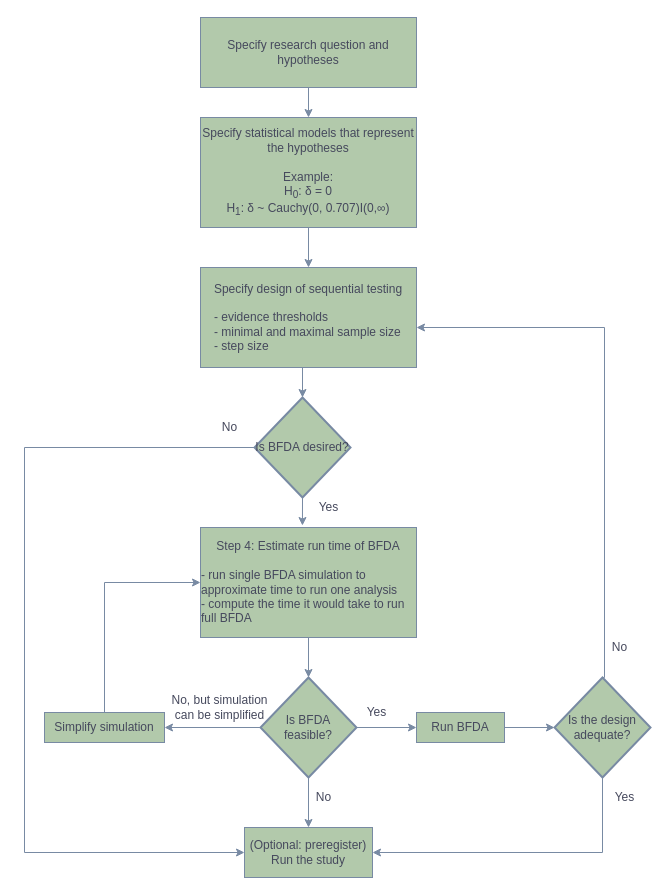
This is figures/planning-sequential-study.drawio from Kucharssim/infant-sequential-testing, a draw.io file, before an edit. Source tidied: cells renumbered, new cells numbered last; positions are measured from the earlier drawing's top-left corner, leaving out a move shared by most shapes. Both pictures are drawn from the tidied source at 100%, with x=0, y=0 at pixel (24, 17).
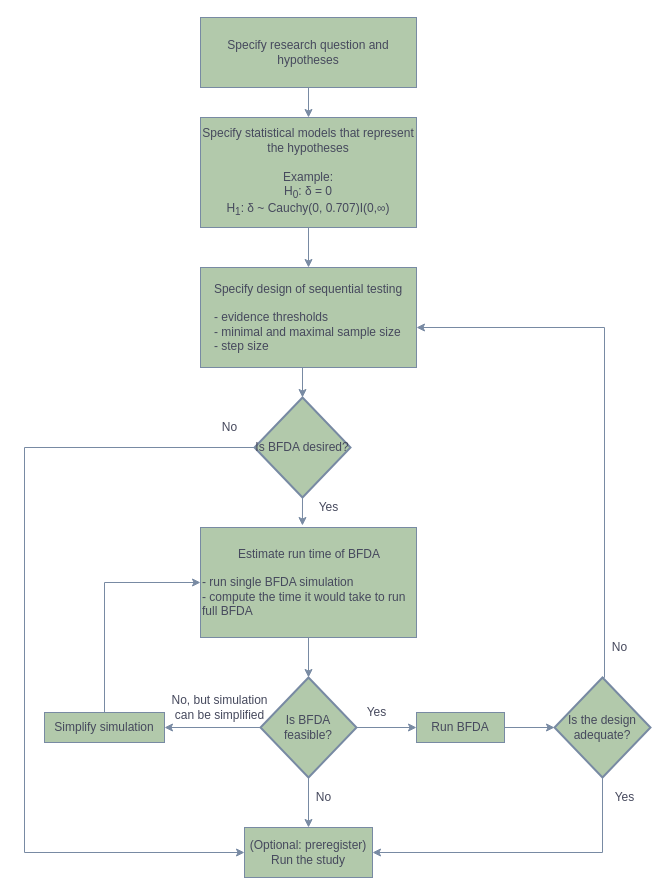
The same page after the edit.

What changed in the source:
```diff
@@
-    <mxCell id="6" value="Step 4: Estimate run time of BFDA&lt;br&gt;&lt;span&gt;&lt;br&gt;&lt;div style=&quot;text-align: left&quot;&gt;&lt;span&gt;- run single BFDA simulation to approximate time to run one analysis&lt;/span&gt;&lt;/div&gt;&lt;div style=&quot;text-align: left&quot;&gt;&lt;span&gt;- compute the time it would take to run full BFDA&amp;nbsp;&lt;/span&gt;&lt;/div&gt;&lt;/span&gt;" style="rounded=0;whiteSpace=wrap;html=1;fillColor=#B2C9AB;strokeColor=#788AA3;fontColor=#46495D;" parent="1" vertex="1">
+    <mxCell id="6" value="&lt;div style=&quot;text-align: center&quot;&gt;&lt;span style=&quot;font-family: &amp;#34;helvetica&amp;#34; ; font-size: 12px ; font-weight: normal&quot;&gt;Estimate run time of BFDA&lt;/span&gt;&lt;/div&gt;&lt;span&gt;&lt;br&gt;&lt;div&gt;&lt;span&gt;- run single BFDA simulation&lt;/span&gt;&lt;/div&gt;&lt;div&gt;&lt;span&gt;- compute the time it would take to run full BFDA&amp;nbsp;&lt;/span&gt;&lt;/div&gt;&lt;/span&gt;" style="rounded=0;whiteSpace=wrap;html=1;fillColor=#B2C9AB;strokeColor=#788AA3;fontColor=#46495D;align=left;" parent="1" vertex="1">
       <mxGeometry x="176" y="510" width="216" height="110" as="geometry" />
     </mxCell>
```
